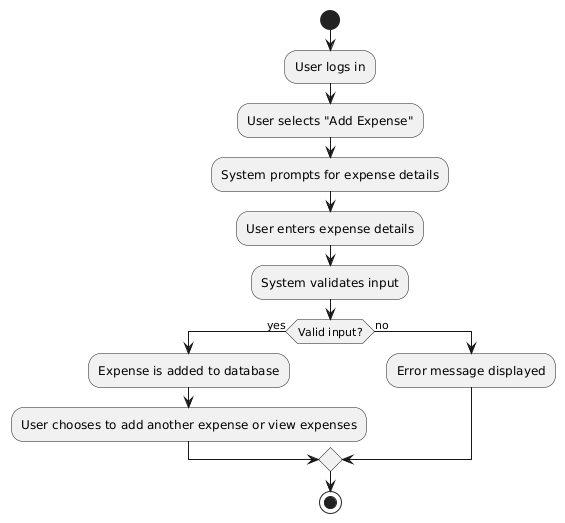
Memrao/Intelligent-Personal-FInance-Manager keeps this PlantUML diagram as Intelligent-Personal-FInance-Manager/diagrams/activity.png. Above is the earlier version. The source it was exported from:
```plantuml
@startuml
start
:User logs in;
:User selects "Add Expense";
:System prompts for expense details;
:User enters expense details;
:System validates input;
if (Valid input?) then (yes)
  :Expense is added to database;
  :User chooses to add another expense or view expenses;
else (no)
  :Error message displayed;
endif
stop
@enduml
```
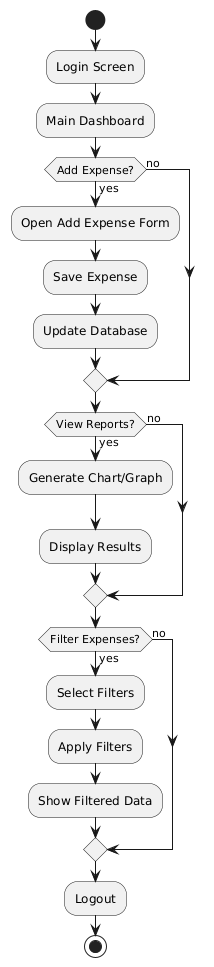
The same diagram one commit later.

What changed in the source:
```diff
@@ -1,15 +1,28 @@
 @startuml
 start
-:User logs in;
-:User selects "Add Expense";
-:System prompts for expense details;
-:User enters expense details;
-:System validates input;
-if (Valid input?) then (yes)
-  :Expense is added to database;
-  :User chooses to add another expense or view expenses;
+:Login Screen;
+:Main Dashboard;
+
+if (Add Expense?) then (yes)
+  :Open Add Expense Form;
+  :Save Expense;
+  :Update Database;
 else (no)
-  :Error message displayed;
 endif
+
+if (View Reports?) then (yes)
+  :Generate Chart/Graph;
+  :Display Results;
+else (no)
+endif
+
+if (Filter Expenses?) then (yes)
+  :Select Filters;
+  :Apply Filters;
+  :Show Filtered Data;
+else (no)
+endif
+
+:Logout;
 stop
 @enduml
```
